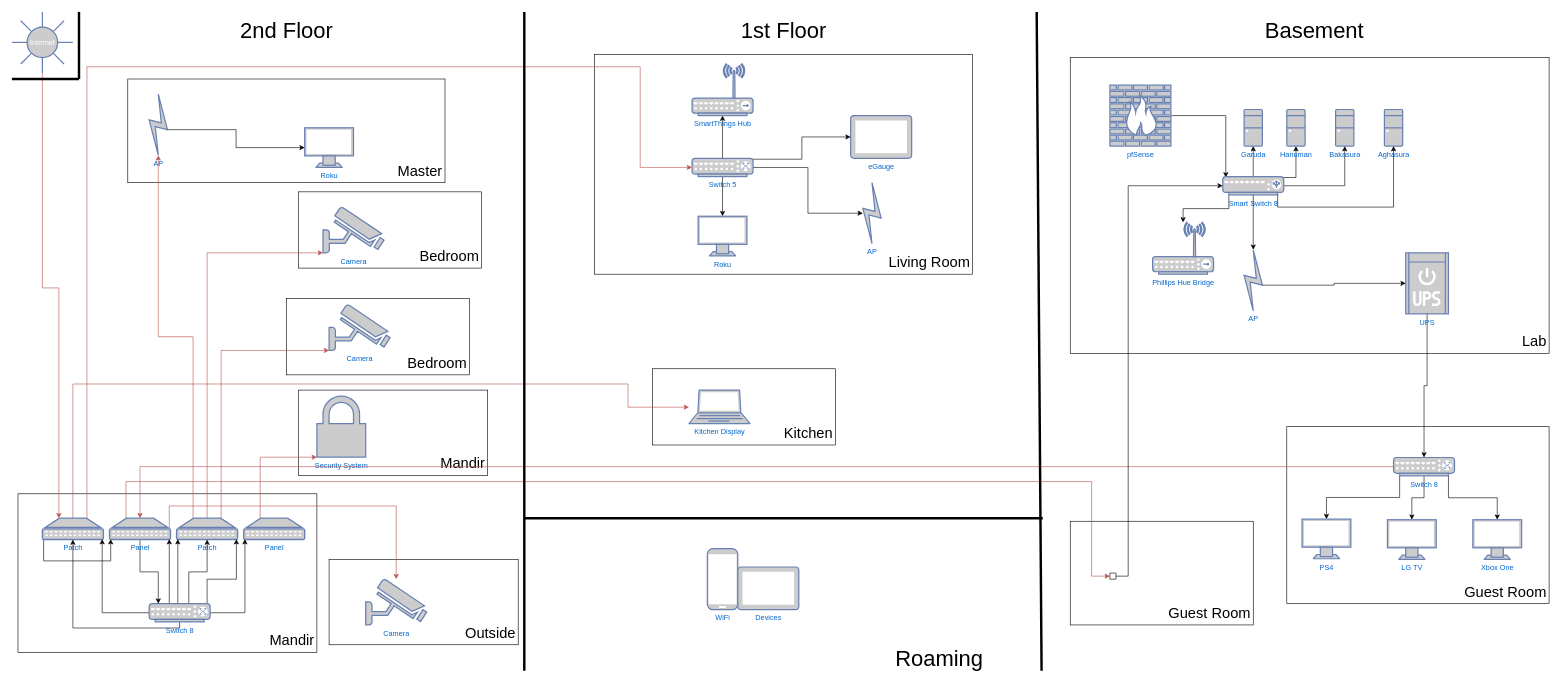
The draw.io diagram VKapadia.com Network.drawio in vinaykapadia/miscellaneous, before the edit. Source tidied: cells renumbered, new cells numbered last; positions are measured from the earlier drawing's top-left corner, leaving out a move shared by most shapes. Both pictures are drawn from the tidied source at 61%, with x=0, y=0 at pixel (12, 12).
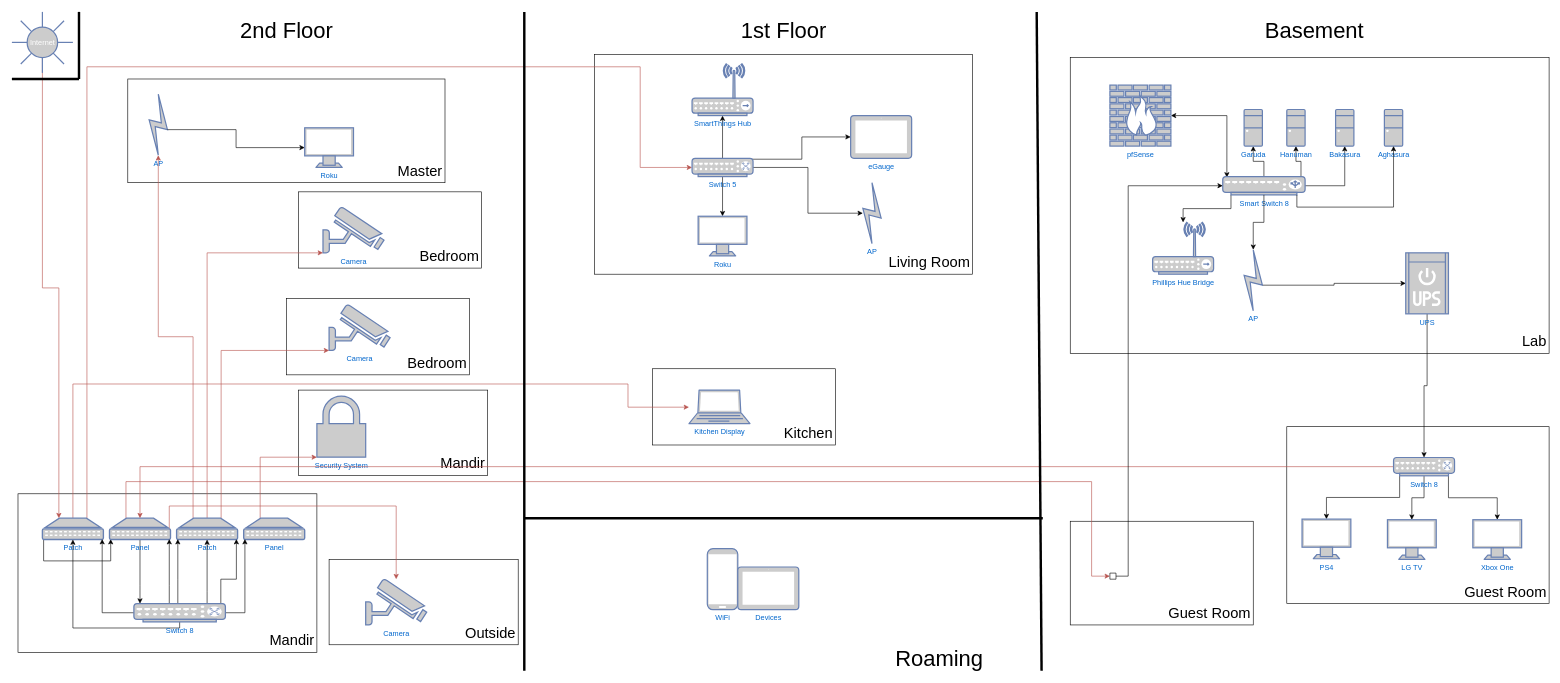
After the change.

The change refers to these unchanged cells:
```xml
<mxCell id="39" value="Panel" style="fontColor=#0066CC;verticalAlign=top;verticalLabelPosition=bottom;labelPosition=center;align=center;html=1;outlineConnect=0;fillColor=#CCCCCC;strokeColor=#6881B3;gradientColor=none;gradientDirection=north;strokeWidth=2;shape=mxgraph.networks.patch_panel;" parent="1" vertex="1">
  <mxGeometry x="160" y="830" width="100" height="35" as="geometry" />
</mxCell>
<mxCell id="43" value="Patch" style="fontColor=#0066CC;verticalAlign=top;verticalLabelPosition=bottom;labelPosition=center;align=center;html=1;outlineConnect=0;fillColor=#CCCCCC;strokeColor=#6881B3;gradientColor=none;gradientDirection=north;strokeWidth=2;shape=mxgraph.networks.patch_panel;" parent="1" vertex="1">
  <mxGeometry x="270" y="830" width="100" height="35" as="geometry" />
</mxCell>
<mxCell id="67" value="pfSense" style="fontColor=#0066CC;verticalAlign=top;verticalLabelPosition=bottom;labelPosition=center;align=center;html=1;outlineConnect=0;fillColor=#CCCCCC;strokeColor=#6881B3;gradientColor=none;gradientDirection=north;strokeWidth=2;shape=mxgraph.networks.firewall;" parent="1" vertex="1">
  <mxGeometry x="1800" y="120" width="100" height="100" as="geometry" />
</mxCell>
```

Change to the diagram source:
```diff
@@
     <mxCell id="38" style="edgeStyle=orthogonalEdgeStyle;rounded=0;jettySize=auto;html=1;" parent="1" edge="1" source="39" target="53">
       <mxGeometry relative="1" as="geometry">
         <Array as="points">
-          <mxPoint x="210" y="918" />
-          <mxPoint x="240" y="918" />
+          <mxPoint x="210" y="940" />
+          <mxPoint x="210" y="940" />
         </Array>
       </mxGeometry>
     </mxCell>
@@
     <mxCell id="50" style="edgeStyle=orthogonalEdgeStyle;rounded=0;jettySize=auto;html=1;entryX=0.5;entryY=1;entryDx=0;entryDy=0;entryPerimeter=0;" parent="1" edge="1" source="53" target="43">
       <mxGeometry relative="1" as="geometry">
         <Array as="points">
-          <mxPoint x="290" y="918" />
-          <mxPoint x="320" y="918" />
+          <mxPoint x="320" y="950" />
+          <mxPoint x="320" y="950" />
         </Array>
       </mxGeometry>
     </mxCell>
-    <mxCell id="51" style="edgeStyle=orthogonalEdgeStyle;rounded=0;jettySize=auto;html=1;entryX=0.98;entryY=0.98;entryDx=0;entryDy=0;entryPerimeter=0;" parent="1" edge="1" source="53" target="43">
+    <mxCell id="51" style="edgeStyle=orthogonalEdgeStyle;rounded=0;jettySize=auto;html=1;entryX=0.98;entryY=0.98;entryDx=0;entryDy=0;entryPerimeter=0;exitX=0.95;exitY=0.05;exitDx=0;exitDy=0;exitPerimeter=0;" parent="1" edge="1" source="53" target="43">
       <mxGeometry relative="1" as="geometry">
         <Array as="points">
-          <mxPoint x="320" y="930" />
+          <mxPoint x="343" y="930" />
           <mxPoint x="368" y="930" />
         </Array>
       </mxGeometry>
     </mxCell>
@@
     <mxCell id="53" value="Switch 8" style="fontColor=#0066CC;verticalAlign=top;verticalLabelPosition=bottom;labelPosition=center;align=center;html=1;outlineConnect=0;fillColor=#CCCCCC;strokeColor=#6881B3;gradientColor=none;gradientDirection=north;strokeWidth=2;shape=mxgraph.networks.switch;" parent="1" vertex="1">
-      <mxGeometry x="225" y="970" width="100" height="30" as="geometry" />
+      <mxGeometry x="200" y="970" width="150" height="30" as="geometry" />
     </mxCell>
@@
-    <mxCell id="66" style="edgeStyle=orthogonalEdgeStyle;rounded=0;jettySize=auto;html=1;entryX=0.05;entryY=0.05;entryDx=0;entryDy=0;entryPerimeter=0;" parent="1" edge="1" source="67" target="73">
+    <mxCell id="66" style="edgeStyle=orthogonalEdgeStyle;rounded=0;jettySize=auto;html=1;entryX=0.05;entryY=0.05;entryDx=0;entryDy=0;entryPerimeter=0;startArrow=classic;startFill=1;" parent="1" edge="1" source="67" target="73">
       <mxGeometry relative="1" as="geometry" />
     </mxCell>
@@
     <mxCell id="73" value="Smart Switch 8" style="fontColor=#0066CC;verticalAlign=top;verticalLabelPosition=bottom;labelPosition=center;align=center;html=1;outlineConnect=0;fillColor=#CCCCCC;strokeColor=#6881B3;gradientColor=none;gradientDirection=north;strokeWidth=2;shape=mxgraph.networks.load_balancer;" parent="1" vertex="1">
-      <mxGeometry x="1985" y="270" width="100" height="30" as="geometry" />
+      <mxGeometry x="1985" y="270" width="135" height="30" as="geometry" />
     </mxCell>
```
